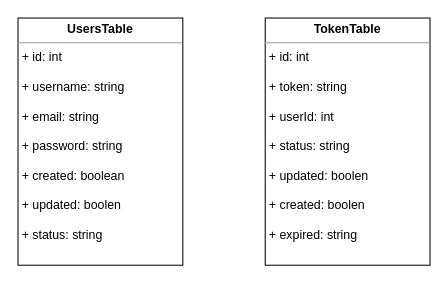
The draw.io diagram feature/fades_auth_db.drawio in ShiryaevNikolay/diagrams, before the edit. Source tidied: cells renumbered, new cells numbered last; positions are measured from the earlier drawing's top-left corner, leaving out a move shared by most shapes. Both pictures are drawn from the tidied source at 103%, with x=0, y=0 at pixel (18, 18).
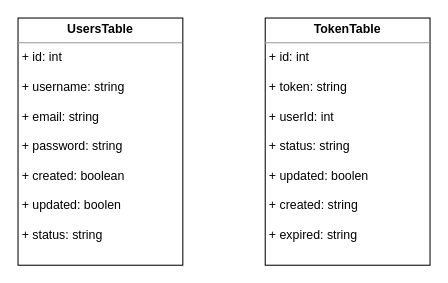
Above is the later version.

What changed in the source:
```diff
@@
 <mxGraphModel>
   <root>
     <mxCell id="0" />
     <mxCell id="1" parent="0" />
     <mxCell id="2" value="&lt;p style=&quot;margin: 0px ; margin-top: 4px ; text-align: center&quot;&gt;&lt;b&gt;UsersTable&lt;/b&gt;&lt;/p&gt;&lt;hr size=&quot;1&quot;&gt;&lt;p style=&quot;margin: 0px ; margin-left: 4px&quot;&gt;+ id: int&lt;/p&gt;&lt;p style=&quot;margin: 0px ; margin-left: 4px&quot;&gt;&lt;br&gt;&lt;/p&gt;&lt;p style=&quot;margin: 0px ; margin-left: 4px&quot;&gt;+ username: string&lt;/p&gt;&lt;p style=&quot;margin: 0px ; margin-left: 4px&quot;&gt;&lt;br&gt;&lt;/p&gt;&lt;p style=&quot;margin: 0px ; margin-left: 4px&quot;&gt;+ email: string&lt;/p&gt;&lt;p style=&quot;margin: 0px ; margin-left: 4px&quot;&gt;&lt;br&gt;&lt;/p&gt;&lt;p style=&quot;margin: 0px ; margin-left: 4px&quot;&gt;+ password: string&lt;/p&gt;&lt;p style=&quot;margin: 0px ; margin-left: 4px&quot;&gt;&lt;br&gt;&lt;/p&gt;&lt;p style=&quot;margin: 0px ; margin-left: 4px&quot;&gt;+ created: boolean&lt;/p&gt;&lt;p style=&quot;margin: 0px ; margin-left: 4px&quot;&gt;&lt;br&gt;&lt;/p&gt;&lt;p style=&quot;margin: 0px ; margin-left: 4px&quot;&gt;+ updated: boolen&lt;/p&gt;&lt;p style=&quot;margin: 0px ; margin-left: 4px&quot;&gt;&lt;br&gt;&lt;/p&gt;&lt;p style=&quot;margin: 0px ; margin-left: 4px&quot;&gt;+ status: string&lt;/p&gt;" style="verticalAlign=top;align=left;overflow=fill;fontSize=12;fontFamily=Helvetica;html=1;" parent="1" vertex="1">
       <mxGeometry width="160" height="240" as="geometry" />
     </mxCell>
-    <mxCell id="3" value="&lt;p style=&quot;margin: 0px ; margin-top: 4px ; text-align: center&quot;&gt;&lt;b&gt;TokenTable&lt;/b&gt;&lt;/p&gt;&lt;hr size=&quot;1&quot;&gt;&lt;p style=&quot;margin: 0px ; margin-left: 4px&quot;&gt;+ id: int&lt;/p&gt;&lt;p style=&quot;margin: 0px ; margin-left: 4px&quot;&gt;&lt;br&gt;&lt;/p&gt;&lt;p style=&quot;margin: 0px ; margin-left: 4px&quot;&gt;+ token: string&lt;/p&gt;&lt;p style=&quot;margin: 0px ; margin-left: 4px&quot;&gt;&lt;br&gt;&lt;/p&gt;&lt;p style=&quot;margin: 0px ; margin-left: 4px&quot;&gt;+ userId: int&lt;/p&gt;&lt;p style=&quot;margin: 0px ; margin-left: 4px&quot;&gt;&lt;br&gt;&lt;/p&gt;&lt;p style=&quot;margin: 0px ; margin-left: 4px&quot;&gt;+ status: string&lt;/p&gt;&lt;p style=&quot;margin: 0px ; margin-left: 4px&quot;&gt;&lt;br&gt;&lt;/p&gt;&lt;p style=&quot;margin: 0px ; margin-left: 4px&quot;&gt;+ updated: boolen&lt;/p&gt;&lt;p style=&quot;margin: 0px ; margin-left: 4px&quot;&gt;&lt;br&gt;&lt;/p&gt;&lt;p style=&quot;margin: 0px ; margin-left: 4px&quot;&gt;+ created: boolen&lt;/p&gt;&lt;p style=&quot;margin: 0px ; margin-left: 4px&quot;&gt;&lt;br&gt;&lt;/p&gt;&lt;p style=&quot;margin: 0px ; margin-left: 4px&quot;&gt;+&amp;nbsp;expired: string&lt;/p&gt;" style="verticalAlign=top;align=left;overflow=fill;fontSize=12;fontFamily=Helvetica;html=1;" parent="1" vertex="1">
+    <mxCell id="3" value="&lt;p style=&quot;margin: 0px ; margin-top: 4px ; text-align: center&quot;&gt;&lt;b&gt;TokenTable&lt;/b&gt;&lt;/p&gt;&lt;hr size=&quot;1&quot;&gt;&lt;p style=&quot;margin: 0px ; margin-left: 4px&quot;&gt;+ id: int&lt;/p&gt;&lt;p style=&quot;margin: 0px ; margin-left: 4px&quot;&gt;&lt;br&gt;&lt;/p&gt;&lt;p style=&quot;margin: 0px ; margin-left: 4px&quot;&gt;+ token: string&lt;/p&gt;&lt;p style=&quot;margin: 0px ; margin-left: 4px&quot;&gt;&lt;br&gt;&lt;/p&gt;&lt;p style=&quot;margin: 0px ; margin-left: 4px&quot;&gt;+ userId: int&lt;/p&gt;&lt;p style=&quot;margin: 0px ; margin-left: 4px&quot;&gt;&lt;br&gt;&lt;/p&gt;&lt;p style=&quot;margin: 0px ; margin-left: 4px&quot;&gt;+ status: string&lt;/p&gt;&lt;p style=&quot;margin: 0px ; margin-left: 4px&quot;&gt;&lt;br&gt;&lt;/p&gt;&lt;p style=&quot;margin: 0px ; margin-left: 4px&quot;&gt;+ updated: boolen&lt;/p&gt;&lt;p style=&quot;margin: 0px ; margin-left: 4px&quot;&gt;&lt;br&gt;&lt;/p&gt;&lt;p style=&quot;margin: 0px ; margin-left: 4px&quot;&gt;+ created: string&lt;/p&gt;&lt;p style=&quot;margin: 0px ; margin-left: 4px&quot;&gt;&lt;br&gt;&lt;/p&gt;&lt;p style=&quot;margin: 0px ; margin-left: 4px&quot;&gt;+&amp;nbsp;expired: string&lt;/p&gt;" style="verticalAlign=top;align=left;overflow=fill;fontSize=12;fontFamily=Helvetica;html=1;" parent="1" vertex="1">
       <mxGeometry x="240" width="160" height="240" as="geometry" />
     </mxCell>
   </root>
 </mxGraphModel>
```
